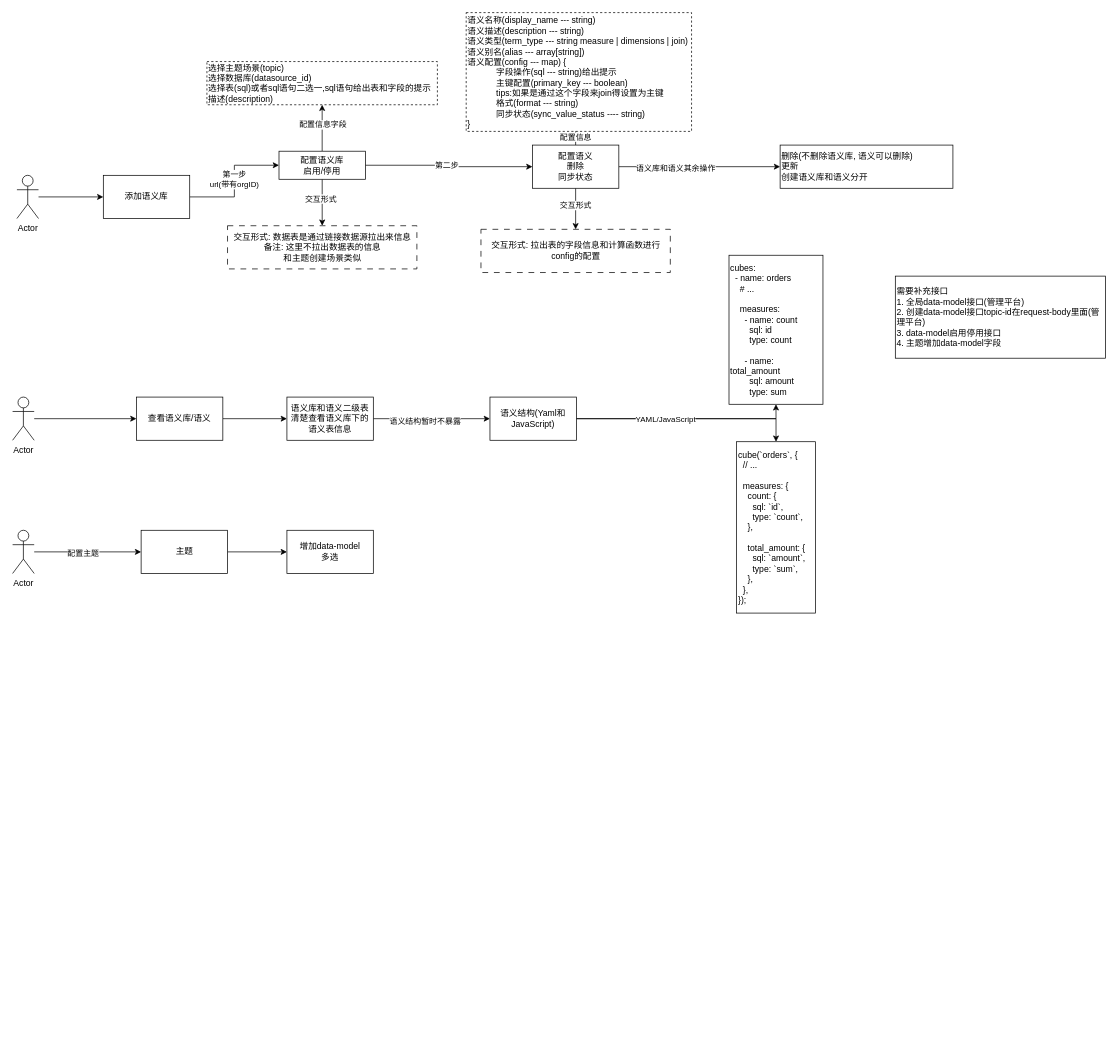
This is cubejs.drawio from JackDan9/soil, a draw.io file, before an edit. Source tidied: cells renumbered, new cells numbered last; positions are measured from the earlier drawing's top-left corner, leaving out a move shared by most shapes. Both pictures are drawn from the tidied source at 72%, with x=0, y=0 at pixel (12, 12).
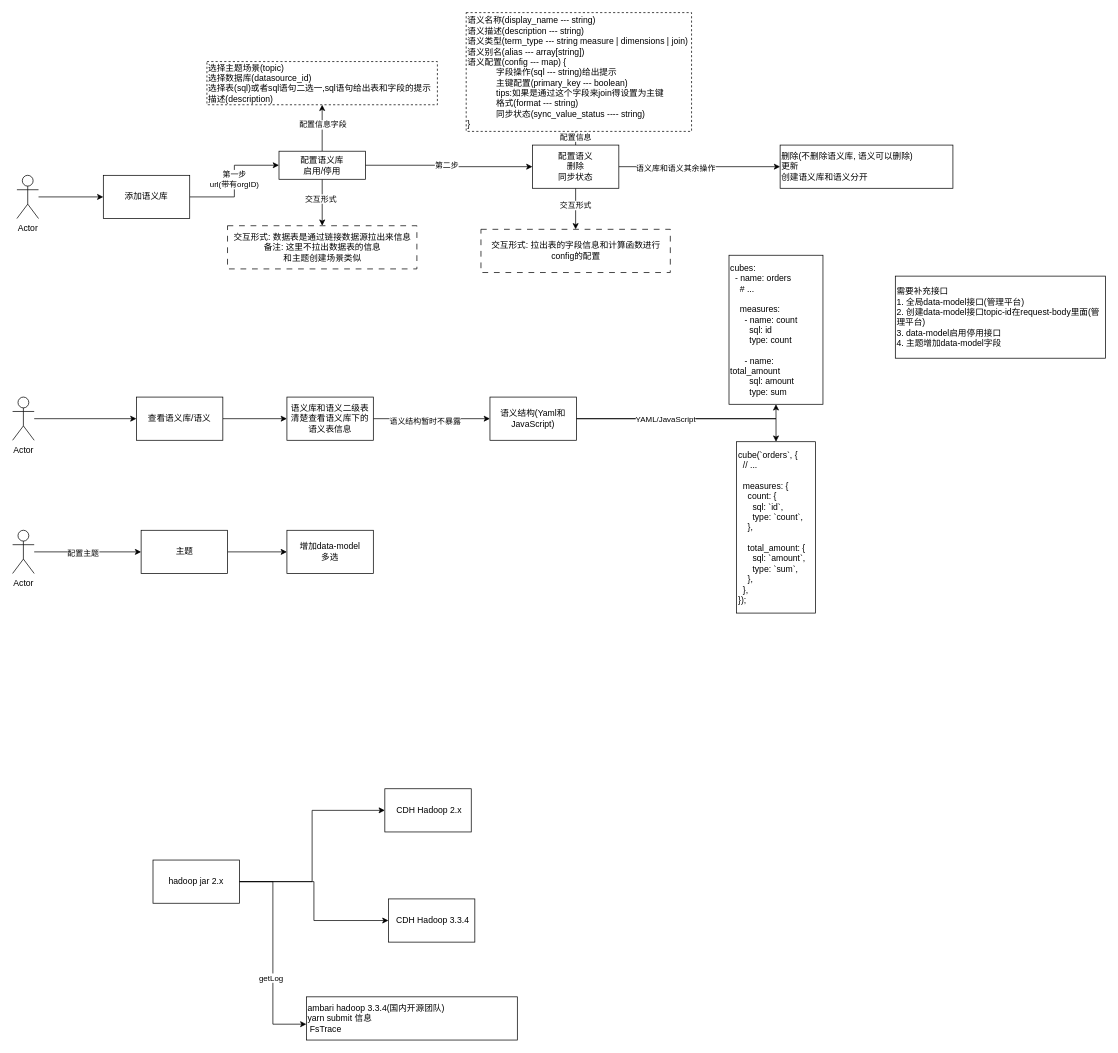
After the change.

The edit, as a diff of the source:
```diff
@@
+    <mxCell id="46" value="&amp;nbsp;CDH Hadoop 3.3.4" style="rounded=0;whiteSpace=wrap;html=1;" parent="1" vertex="1">
+      <mxGeometry x="522" y="1231" width="120" height="60" as="geometry" />
+    </mxCell>
+    <mxCell id="47" value="ambari hadoop 3.3.4(国内开源团队)&lt;br&gt;yarn submit 信息&lt;br&gt;&amp;nbsp;FsTrace" style="rounded=0;whiteSpace=wrap;html=1;align=left;" parent="1" vertex="1">
+      <mxGeometry x="408" y="1367" width="293" height="60" as="geometry" />
+    </mxCell>
+    <mxCell id="48" value="&amp;nbsp;CDH Hadoop 2.x" style="rounded=0;whiteSpace=wrap;html=1;" parent="1" vertex="1">
+      <mxGeometry x="517" y="1078" width="120" height="60" as="geometry" />
+    </mxCell>
+    <mxCell id="49" style="edgeStyle=orthogonalEdgeStyle;rounded=0;jettySize=auto;html=1;entryX=0;entryY=0.5;entryDx=0;entryDy=0;" parent="1" edge="1" source="51" target="48">
+      <mxGeometry relative="1" as="geometry" />
+    </mxCell>
+    <mxCell id="50" style="edgeStyle=orthogonalEdgeStyle;rounded=0;jettySize=auto;html=1;entryX=0;entryY=0.5;entryDx=0;entryDy=0;" parent="1" edge="1" source="51" target="46">
+      <mxGeometry relative="1" as="geometry" />
+    </mxCell>
+    <mxCell id="51" value="hadoop jar 2.x" style="rounded=0;whiteSpace=wrap;html=1;" parent="1" vertex="1">
+      <mxGeometry x="195" y="1177" width="120" height="60" as="geometry" />
+    </mxCell>
+    <mxCell id="52" style="edgeStyle=orthogonalEdgeStyle;rounded=0;jettySize=auto;html=1;entryX=0;entryY=0.633;entryDx=0;entryDy=0;entryPerimeter=0;" parent="1" edge="1" source="51" target="47">
+      <mxGeometry relative="1" as="geometry" />
+    </mxCell>
+    <mxCell id="53" value="getLog" style="edgeLabel;html=1;align=center;verticalAlign=middle;" parent="52" vertex="1">
+      <mxGeometry x="0.23" y="-3" relative="1" as="geometry">
+        <mxPoint y="1" as="offset" />
+      </mxGeometry>
+    </mxCell>
```
